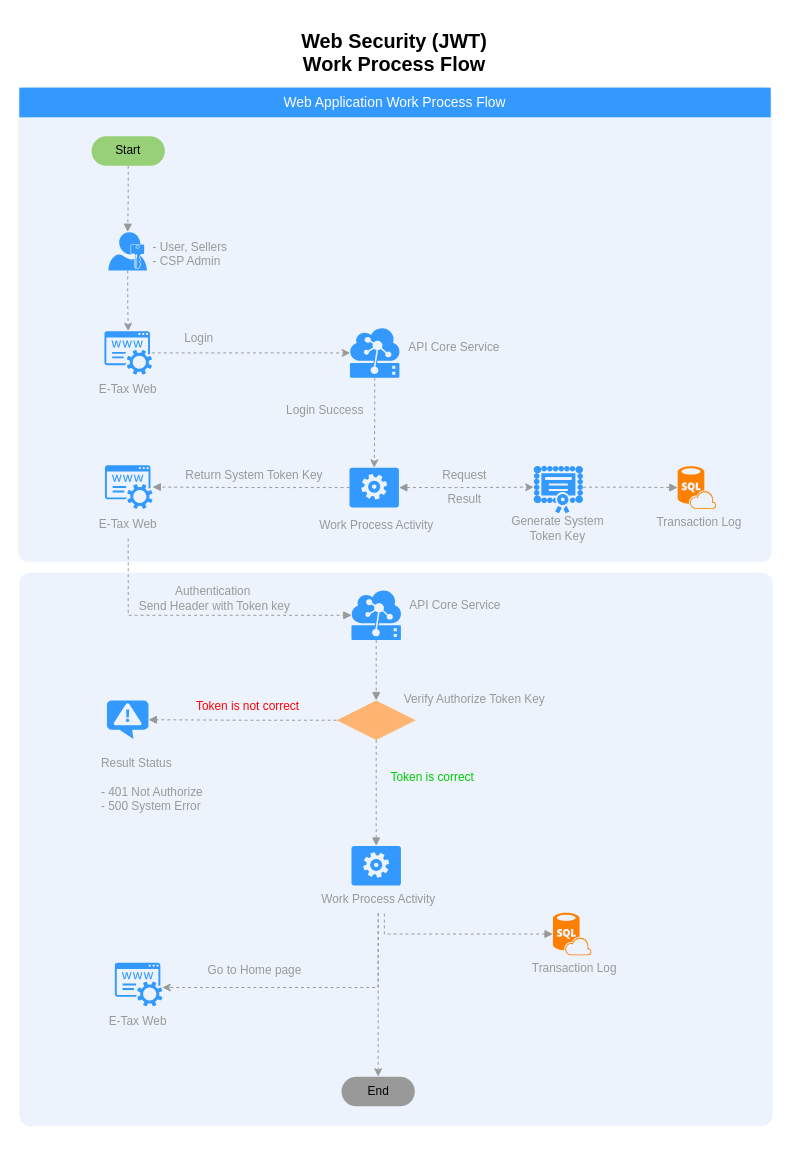
Before: Web Application Security Concept (JWT).drawio in nirawat/eTax, a draw.io diagram. Source tidied: cells renumbered, new cells numbered last; positions are measured from the earlier drawing's top-left corner, leaving out a move shared by most shapes. Both pictures are drawn from the tidied source at 99%, with x=0, y=0 at pixel (18, 27).
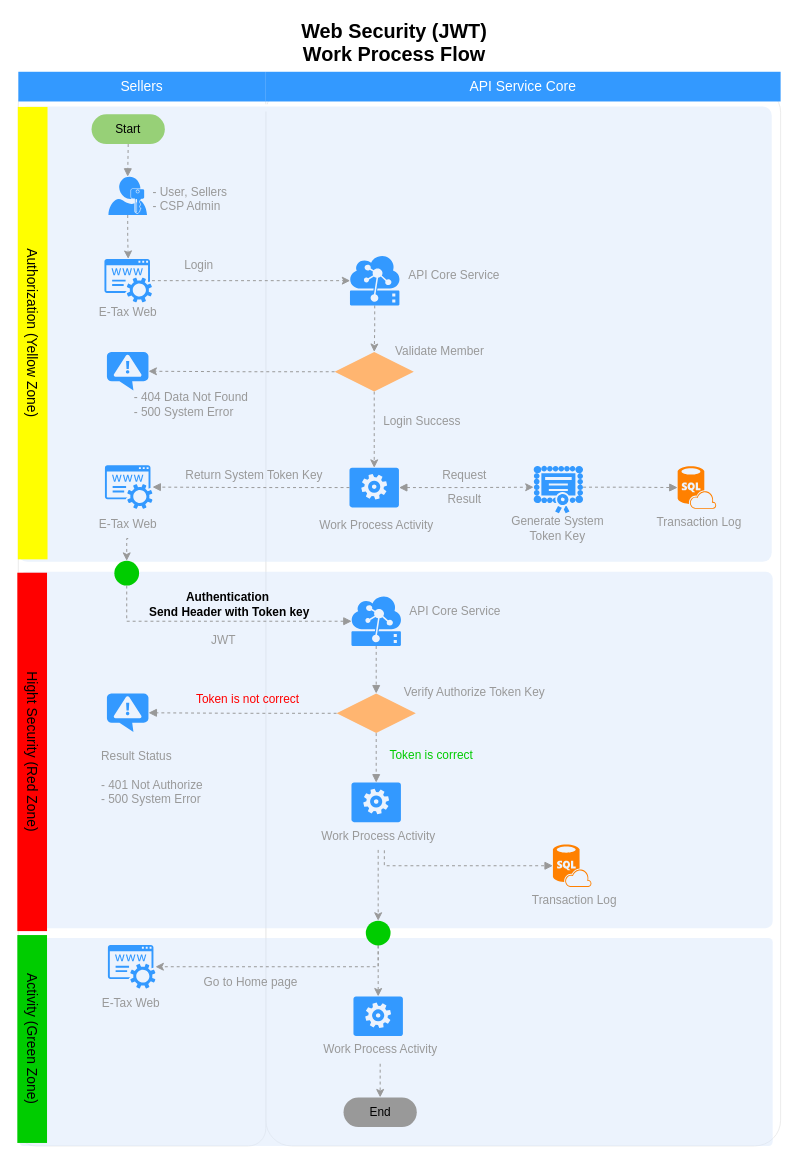
Above is the later version.

Unchanged cells that the change refers to:
```xml
<mxCell id="27" style="verticalLabelPosition=bottom;html=1;verticalAlign=top;align=center;strokeColor=none;fillColor=#3399FF;shape=mxgraph.azure.worker_role;fontSize=12;fontColor=#999999;" parent="26" vertex="1">
  <mxGeometry x="53" width="50" height="40" as="geometry" />
</mxCell>
<mxCell id="39" value="E-Tax Web" style="text;html=1;strokeColor=none;fillColor=none;align=center;verticalAlign=middle;whiteSpace=wrap;rounded=0;fontSize=12;fontColor=#999999;" parent="37" vertex="1">
  <mxGeometry y="44" width="110" height="30" as="geometry" />
</mxCell>
<mxCell id="46" style="verticalLabelPosition=bottom;html=1;verticalAlign=top;align=center;strokeColor=none;fillColor=#FF8000;shape=mxgraph.azure.sql_database_sql_azure;fontSize=12;fontColor=#999999;" parent="44" vertex="1">
  <mxGeometry x="40" y="-54" width="39" height="43" as="geometry" />
</mxCell>
<mxCell id="57" value="Work Process Activity&lt;br&gt;" style="text;html=1;strokeColor=none;fillColor=none;align=center;verticalAlign=middle;whiteSpace=wrap;rounded=0;fontSize=12;fontColor=#999999;" parent="55" vertex="1">
  <mxGeometry y="7" width="160" height="29" as="geometry" />
</mxCell>
<mxCell id="60" style="shadow=0;dashed=0;html=1;strokeColor=none;fillColor=#3399FF;labelPosition=center;verticalLabelPosition=bottom;verticalAlign=top;outlineConnect=0;align=center;shape=mxgraph.office.services.registrar_service;" parent="59" vertex="1">
  <mxGeometry x="31.5" width="48" height="44" as="geometry" />
</mxCell>
```

Change to the diagram source:
```diff
@@
+    <mxCell id="69" style="rounded=1;whiteSpace=wrap;html=1;strokeColor=#E6E6E6;strokeWidth=1;fillColor=#FFFFFF;fontFamily=Helvetica;fontSize=14;fontColor=#FFB366;opacity=75;verticalAlign=top;fontStyle=1;arcSize=5;" parent="1" vertex="1">
+      <mxGeometry x="250" y="60" width="520" height="1070" as="geometry" />
+    </mxCell>
+    <mxCell id="70" style="rounded=1;whiteSpace=wrap;html=1;strokeColor=#E6E6E6;strokeWidth=1;fillColor=#FFFFFF;fontFamily=Helvetica;fontSize=14;fontColor=#FFB366;opacity=75;verticalAlign=top;fontStyle=1;arcSize=7;" parent="1" vertex="1">
+      <mxGeometry y="60" width="250" height="1070" as="geometry" />
+    </mxCell>
+    <mxCell id="71" style="shape=mxgraph.arrows.two_way_arrow_horizontal;html=1;verticalLabelPosition=bottom;verticalAlign=top;strokeWidth=2;strokeColor=none;dashed=1;fillColor=#FFFFFF;fontFamily=Verdana;fontSize=12;fontColor=#00BEF2;" parent="1" vertex="1">
+      <mxGeometry x="215.5" y="74" width="67" height="15" as="geometry" />
+    </mxCell>
+    <mxCell id="72" style="rounded=1;whiteSpace=wrap;html=1;strokeColor=none;strokeWidth=1;fillColor=#dae8fc;fontSize=12;align=center;arcSize=2;opacity=50;" parent="1" vertex="1">
+      <mxGeometry x="1" y="920" width="761" height="210" as="geometry" />
+    </mxCell>
     <mxCell id="2" style="rounded=1;whiteSpace=wrap;html=1;strokeColor=none;strokeWidth=1;fillColor=#dae8fc;fontSize=12;align=center;arcSize=2;opacity=50;" parent="1" vertex="1">
-      <mxGeometry x="1" y="551" width="761" height="559" as="geometry" />
+      <mxGeometry x="1" y="550" width="761" height="360" as="geometry" />
     </mxCell>
     <mxCell id="3" style="rounded=1;whiteSpace=wrap;html=1;strokeColor=none;strokeWidth=1;fillColor=#dae8fc;fontSize=12;align=center;arcSize=2;opacity=50;" parent="1" vertex="1">
-      <mxGeometry y="60" width="761" height="480" as="geometry" />
+      <mxGeometry y="80" width="761" height="460" as="geometry" />
     </mxCell>
-    <mxCell id="4" value="Web Application Work Process Flow" style="whiteSpace=wrap;html=1;dashed=1;strokeColor=none;strokeWidth=2;fillColor=#3399FF;fontFamily=Helvetica;fontSize=14;fontColor=#FFFFFF;fontStyle=0;" parent="1" vertex="1">
-      <mxGeometry x="1" y="61" width="759" height="30" as="geometry" />
-    </mxCell>
     <mxCell id="5" value="Web Security (JWT)&lt;br&gt;Work Process Flow" style="text;html=1;strokeColor=none;fillColor=none;align=center;verticalAlign=middle;whiteSpace=wrap;rounded=0;fontStyle=1;fontSize=20;" parent="1" vertex="1">
-      <mxGeometry x="250" width="260" height="50" as="geometry" />
+      <mxGeometry x="250" y="-10" width="260" height="50" as="geometry" />
     </mxCell>
@@
     <mxCell id="7" style="shadow=0;dashed=0;html=1;strokeColor=none;labelPosition=center;verticalLabelPosition=bottom;verticalAlign=top;align=center;shape=mxgraph.mscae.cloud.iot_edge;fillColor=#3399FF;fontSize=12;fontColor=#999999;" parent="1" vertex="1">
-      <mxGeometry x="336.5" y="569" width="50" height="50" as="geometry" />
+      <mxGeometry x="336.5" y="575" width="50" height="50" as="geometry" />
     </mxCell>
     <mxCell id="8" style="verticalLabelPosition=bottom;html=1;verticalAlign=top;align=center;strokeColor=none;fillColor=#3399FF;shape=mxgraph.azure.notification_topic;fontSize=12;fontColor=#999999;" parent="1" vertex="1">
-      <mxGeometry x="89.5" y="680" width="42" height="39" as="geometry" />
+      <mxGeometry x="89.5" y="673" width="42" height="39" as="geometry" />
     </mxCell>
     <mxCell id="9" value="Result Status&lt;br&gt;&lt;br&gt;- 401 Not Authorize&lt;br&gt;- 500 System Error&lt;br&gt;" style="text;html=1;strokeColor=none;fillColor=none;align=left;verticalAlign=middle;whiteSpace=wrap;rounded=0;fontSize=12;fontColor=#999999;" parent="1" vertex="1">
-      <mxGeometry x="82" y="726" width="143" height="77" as="geometry" />
+      <mxGeometry x="82" y="719" width="143" height="77" as="geometry" />
     </mxCell>
@@
     <mxCell id="11" value="Login" style="text;html=1;strokeColor=none;fillColor=none;align=left;verticalAlign=middle;whiteSpace=wrap;rounded=0;fontSize=12;fontColor=#999999;" parent="1" vertex="1">
-      <mxGeometry x="165.5" y="304" width="59" height="20" as="geometry" />
+      <mxGeometry x="165.5" y="231" width="59" height="20" as="geometry" />
     </mxCell>
@@
-    <mxCell id="17" style="edgeStyle=orthogonalEdgeStyle;rounded=0;jettySize=auto;html=1;exitX=0.5;exitY=1;exitDx=0;exitDy=0;exitPerimeter=0;entryX=0.5;entryY=0;entryDx=0;entryDy=0;entryPerimeter=0;dashed=1;strokeColor=#999999;" parent="1" edge="1" source="18" target="27">
+    <mxCell id="17" style="edgeStyle=orthogonalEdgeStyle;rounded=0;jettySize=auto;html=1;exitX=0.5;exitY=1;exitDx=0;exitDy=0;exitPerimeter=0;entryX=0.5;entryY=0;entryDx=0;entryDy=0;dashed=1;strokeColor=#999999;" parent="1" edge="1" source="18" target="77">
       <mxGeometry relative="1" as="geometry" />
     </mxCell>
     <mxCell id="18" style="shadow=0;dashed=0;html=1;strokeColor=none;labelPosition=center;verticalLabelPosition=bottom;verticalAlign=top;align=center;shape=mxgraph.mscae.cloud.iot_edge;fillColor=#3399FF;fontSize=12;fontColor=#999999;" parent="1" vertex="1">
-      <mxGeometry x="335" y="304" width="50" height="50" as="geometry" />
+      <mxGeometry x="335" y="231" width="50" height="50" as="geometry" />
     </mxCell>
     <mxCell id="19" value="API Core Service" style="text;html=1;strokeColor=none;fillColor=none;align=center;verticalAlign=middle;whiteSpace=wrap;rounded=0;fontSize=12;fontColor=#999999;" parent="1" vertex="1">
-      <mxGeometry x="390" y="309.5" width="101" height="29" as="geometry" />
+      <mxGeometry x="390" y="236.5" width="101" height="29" as="geometry" />
     </mxCell>
     <mxCell id="20" style="group;" parent="1" vertex="1">
-      <mxGeometry x="91" y="207" width="162.5" height="50" as="geometry" />
+      <mxGeometry x="91" y="151" width="162.5" height="50" as="geometry" />
     </mxCell>
@@
-    <mxCell id="23" style="group;" parent="1" vertex="1">
-      <mxGeometry x="55.5" y="307" width="110" height="74" as="geometry" />
-    </mxCell>
-    <mxCell id="24" style="shadow=0;dashed=0;html=1;strokeColor=none;fillColor=#3399FF;labelPosition=center;verticalLabelPosition=bottom;verticalAlign=top;outlineConnect=0;align=center;shape=mxgraph.office.services.registrar_service;" parent="23" vertex="1">
-      <mxGeometry x="31.5" width="48" height="44" as="geometry" />
-    </mxCell>
-    <mxCell id="25" value="E-Tax Web" style="text;html=1;strokeColor=none;fillColor=none;align=center;verticalAlign=middle;whiteSpace=wrap;rounded=0;fontSize=12;fontColor=#999999;" parent="23" vertex="1">
-      <mxGeometry y="44" width="110" height="30" as="geometry" />
-    </mxCell>
@@
-    <mxCell id="41" style="edgeStyle=orthogonalEdgeStyle;rounded=0;jettySize=auto;html=1;exitX=0.5;exitY=1;exitDx=0;exitDy=0;entryX=0.005;entryY=0.5;entryDx=0;entryDy=0;dashed=1;startArrow=none;startFill=0;endArrow=block;endFill=1;strokeColor=#999999;entryPerimeter=0;" parent="1" edge="1" source="39" target="7">
+    <mxCell id="41" style="edgeStyle=orthogonalEdgeStyle;rounded=0;jettySize=auto;html=1;exitX=0.5;exitY=1;exitDx=0;exitDy=0;entryX=0.005;entryY=0.5;entryDx=0;entryDy=0;dashed=1;startArrow=none;startFill=0;endArrow=block;endFill=1;strokeColor=#999999;entryPerimeter=0;" parent="1" edge="1" source="81" target="7">
       <mxGeometry relative="1" as="geometry" />
     </mxCell>
@@
     <mxCell id="43" style="group;" parent="1" vertex="1">
-      <mxGeometry x="500" y="948.5" width="108" height="79" as="geometry" />
+      <mxGeometry x="500" y="879.5" width="108" height="79" as="geometry" />
     </mxCell>
@@
     <mxCell id="49" style="rhombus;whiteSpace=wrap;html=1;strokeColor=none;strokeWidth=1;fillColor=#FFB570;fontSize=12;fontColor=#999999;align=left;" parent="1" vertex="1">
-      <mxGeometry x="321.5" y="680" width="80" height="40" as="geometry" />
+      <mxGeometry x="321.5" y="673" width="80" height="40" as="geometry" />
     </mxCell>
-    <mxCell id="50" value="Authentication&amp;nbsp;&lt;br&gt;Send Header with Token key&lt;br&gt;" style="text;html=1;strokeColor=none;fillColor=none;align=center;verticalAlign=middle;whiteSpace=wrap;rounded=0;fontSize=12;fontColor=#999999;" parent="1" vertex="1">
-      <mxGeometry x="117" y="560" width="163" height="34" as="geometry" />
+    <mxCell id="50" value="Authentication&amp;nbsp;&lt;br&gt;Send Header with Token key&lt;br&gt;" style="text;html=1;strokeColor=none;fillColor=none;align=center;verticalAlign=middle;whiteSpace=wrap;rounded=0;fontSize=12;fontColor=#000000;fontStyle=1;" parent="1" vertex="1">
+      <mxGeometry x="117" y="566" width="193" height="34" as="geometry" />
     </mxCell>
     <mxCell id="51" value="API Core Service" style="text;html=1;strokeColor=none;fillColor=none;align=center;verticalAlign=middle;whiteSpace=wrap;rounded=0;fontSize=12;fontColor=#999999;" parent="1" vertex="1">
-      <mxGeometry x="391" y="569.5" width="101" height="29" as="geometry" />
+      <mxGeometry x="391" y="575.5" width="101" height="29" as="geometry" />
     </mxCell>
     <mxCell id="52" value="Token is correct" style="text;html=1;strokeColor=none;fillColor=none;align=center;verticalAlign=middle;whiteSpace=wrap;rounded=0;fontSize=12;fontColor=#00CC00;" parent="1" vertex="1">
-      <mxGeometry x="367.5" y="743" width="101" height="29" as="geometry" />
+      <mxGeometry x="367" y="721.5" width="101" height="29" as="geometry" />
     </mxCell>
     <mxCell id="53" value="Verify Authorize Token Key" style="text;html=1;strokeColor=none;fillColor=none;align=center;verticalAlign=middle;whiteSpace=wrap;rounded=0;fontSize=12;fontColor=#999999;" parent="1" vertex="1">
-      <mxGeometry x="381" y="664" width="160" height="29" as="geometry" />
+      <mxGeometry x="381" y="657" width="160" height="29" as="geometry" />
     </mxCell>
     <mxCell id="54" value="Token is not correct" style="text;html=1;strokeColor=none;fillColor=none;align=center;verticalAlign=middle;whiteSpace=wrap;rounded=0;fontSize=12;fontColor=#FF0000;" parent="1" vertex="1">
-      <mxGeometry x="170" y="671" width="124" height="29" as="geometry" />
+      <mxGeometry x="170" y="664" width="124" height="29" as="geometry" />
     </mxCell>
     <mxCell id="55" style="group;" parent="1" vertex="1">
-      <mxGeometry x="283.5" y="859" width="160" height="72" as="geometry" />
+      <mxGeometry x="283.5" y="795" width="160" height="72" as="geometry" />
     </mxCell>
@@
     <mxCell id="58" style="edgeStyle=orthogonalEdgeStyle;rounded=0;jettySize=auto;html=1;exitX=0.539;exitY=1.013;exitDx=0;exitDy=0;entryX=0;entryY=0.5;entryDx=0;entryDy=0;entryPerimeter=0;dashed=1;startArrow=none;startFill=0;endArrow=block;endFill=1;strokeColor=#999999;exitPerimeter=0;" parent="1" edge="1" source="57" target="46">
       <mxGeometry relative="1" as="geometry">
         <Array as="points">
-          <mxPoint x="370" y="916" />
+          <mxPoint x="370" y="847" />
         </Array>
       </mxGeometry>
     </mxCell>
     <mxCell id="59" style="group;" parent="1" vertex="1">
-      <mxGeometry x="66" y="945" width="110" height="74" as="geometry" />
+      <mxGeometry x="59" y="927" width="110" height="74" as="geometry" />
     </mxCell>
@@
     <mxCell id="62" value="Go to Home page" style="text;html=1;strokeColor=none;fillColor=none;align=center;verticalAlign=middle;whiteSpace=wrap;rounded=0;fontSize=12;fontColor=#999999;" parent="1" vertex="1">
-      <mxGeometry x="176.5" y="938" width="124" height="29" as="geometry" />
+      <mxGeometry x="172.5" y="950" width="124" height="29" as="geometry" />
     </mxCell>
     <mxCell id="63" value="End" style="rounded=1;whiteSpace=wrap;html=1;fontColor=#000000;align=center;arcSize=50;labelBackgroundColor=none;fillColor=#999999;strokeColor=none;" parent="1" vertex="1">
-      <mxGeometry x="326.5" y="1060" width="74" height="30" as="geometry" />
+      <mxGeometry x="328.5" y="1081" width="74" height="30" as="geometry" />
     </mxCell>
@@
     <mxCell id="65" value="Start" style="rounded=1;whiteSpace=wrap;html=1;fontColor=#000000;align=center;arcSize=50;labelBackgroundColor=none;fillColor=#97D077;strokeColor=none;" parent="1" vertex="1">
-      <mxGeometry x="74" y="110" width="74" height="30" as="geometry" />
+      <mxGeometry x="74" y="88" width="74" height="30" as="geometry" />
     </mxCell>
-    <mxCell id="66" value="Login Success&lt;br&gt;" style="text;html=1;strokeColor=none;fillColor=none;align=right;verticalAlign=middle;whiteSpace=wrap;rounded=0;fontSize=12;fontColor=#999999;" parent="1" vertex="1">
-      <mxGeometry x="249" y="370" width="102" height="34" as="geometry" />
+    <mxCell id="66" value="Login Success&lt;br&gt;" style="text;html=1;strokeColor=none;fillColor=none;align=left;verticalAlign=middle;whiteSpace=wrap;rounded=0;fontSize=12;fontColor=#999999;" parent="1" vertex="1">
+      <mxGeometry x="367" y="381" width="102" height="34" as="geometry" />
     </mxCell>
-    <mxCell id="67" style="edgeStyle=orthogonalEdgeStyle;rounded=0;jettySize=auto;html=1;exitX=0.5;exitY=1;exitDx=0;exitDy=0;strokeColor=#999999;dashed=1;" parent="1" edge="1" source="57" target="60">
+    <mxCell id="67" style="edgeStyle=orthogonalEdgeStyle;rounded=0;jettySize=auto;html=1;exitX=0.5;exitY=1;exitDx=0;exitDy=0;strokeColor=#999999;dashed=1;" parent="1" edge="1" source="89" target="60">
       <mxGeometry relative="1" as="geometry">
         <Array as="points">
-          <mxPoint x="364" y="970" />
+          <mxPoint x="364" y="949" />
         </Array>
       </mxGeometry>
     </mxCell>
-    <mxCell id="68" style="edgeStyle=orthogonalEdgeStyle;rounded=0;jettySize=auto;html=1;exitX=0.5;exitY=1;exitDx=0;exitDy=0;entryX=0.5;entryY=0;entryDx=0;entryDy=0;dashed=1;strokeColor=#999999;" parent="1" edge="1" source="57" target="63">
+    <mxCell id="68" style="edgeStyle=orthogonalEdgeStyle;rounded=0;orthogonalLoop=1;jettySize=auto;html=1;exitX=0.5;exitY=1;exitDx=0;exitDy=0;entryX=0.5;entryY=0;entryDx=0;entryDy=0;dashed=1;strokeColor=#999999;" parent="1" edge="1" source="89" target="89">
       <mxGeometry relative="1" as="geometry" />
     </mxCell>
+    <mxCell id="73" value="Hight Security (Red Zone)" style="whiteSpace=wrap;html=1;dashed=1;strokeColor=none;strokeWidth=2;fillColor=#FF0000;fontFamily=Helvetica;fontSize=14;fontColor=#000000;fontStyle=0;rotation=90;" parent="1" vertex="1">
+      <mxGeometry x="-167" y="717" width="362" height="30" as="geometry" />
+    </mxCell>
+    <mxCell id="74" style="group;" parent="1" vertex="1">
+      <mxGeometry x="55.5" y="234" width="110" height="69" as="geometry" />
+    </mxCell>
+    <mxCell id="24" style="shadow=0;dashed=0;html=1;strokeColor=none;fillColor=#3399FF;labelPosition=center;verticalLabelPosition=bottom;verticalAlign=top;outlineConnect=0;align=center;shape=mxgraph.office.services.registrar_service;" parent="74" vertex="1">
+      <mxGeometry x="31.5" width="48" height="44" as="geometry" />
+    </mxCell>
+    <mxCell id="25" value="E-Tax Web" style="text;html=1;strokeColor=none;fillColor=none;align=center;verticalAlign=middle;whiteSpace=wrap;rounded=0;fontSize=12;fontColor=#999999;" parent="74" vertex="1">
+      <mxGeometry y="39" width="110" height="30" as="geometry" />
+    </mxCell>
+    <mxCell id="75" style="edgeStyle=orthogonalEdgeStyle;rounded=0;jettySize=auto;html=1;exitX=0.5;exitY=1;exitDx=0;exitDy=0;entryX=0.5;entryY=0;entryDx=0;entryDy=0;entryPerimeter=0;dashed=1;strokeColor=#999999;fontColor=#00CC00;" parent="1" edge="1" source="77" target="27">
+      <mxGeometry relative="1" as="geometry" />
+    </mxCell>
+    <mxCell id="76" style="edgeStyle=orthogonalEdgeStyle;rounded=0;jettySize=auto;html=1;exitX=0;exitY=0.5;exitDx=0;exitDy=0;entryX=1;entryY=0.5;entryDx=0;entryDy=0;entryPerimeter=0;dashed=1;strokeColor=#999999;fontColor=#00CC00;" parent="1" edge="1" source="77" target="78">
+      <mxGeometry relative="1" as="geometry" />
+    </mxCell>
+    <mxCell id="77" style="rhombus;whiteSpace=wrap;html=1;strokeColor=none;strokeWidth=1;fillColor=#FFB570;fontSize=12;fontColor=#999999;align=left;" parent="1" vertex="1">
+      <mxGeometry x="319.5" y="328" width="80" height="40" as="geometry" />
+    </mxCell>
+    <mxCell id="78" style="verticalLabelPosition=bottom;html=1;verticalAlign=top;align=center;strokeColor=none;fillColor=#3399FF;shape=mxgraph.azure.notification_topic;fontSize=12;fontColor=#999999;" parent="1" vertex="1">
+      <mxGeometry x="89.5" y="328" width="42" height="39" as="geometry" />
+    </mxCell>
+    <mxCell id="79" value="- 404 Data Not Found&lt;br&gt;- 500 System Error&lt;br&gt;" style="text;html=1;strokeColor=none;fillColor=none;align=left;verticalAlign=middle;whiteSpace=wrap;rounded=0;fontSize=12;fontColor=#999999;" parent="1" vertex="1">
+      <mxGeometry x="115" y="363" width="143" height="35" as="geometry" />
+    </mxCell>
+    <mxCell id="80" value="Validate Member&lt;br&gt;" style="text;html=1;strokeColor=none;fillColor=none;align=left;verticalAlign=middle;whiteSpace=wrap;rounded=0;fontSize=12;fontColor=#999999;" parent="1" vertex="1">
+      <mxGeometry x="379" y="311" width="102" height="34" as="geometry" />
+    </mxCell>
+    <mxCell id="81" style="ellipse;whiteSpace=wrap;html=1;fillColor=#00CC00;fontColor=#000000;align=center;strokeColor=none;" parent="1" vertex="1">
+      <mxGeometry x="97" y="539" width="25" height="25" as="geometry" />
+    </mxCell>
+    <mxCell id="82" style="edgeStyle=orthogonalEdgeStyle;rounded=0;jettySize=auto;html=1;exitX=0.5;exitY=1;exitDx=0;exitDy=0;entryX=0.5;entryY=0;entryDx=0;entryDy=0;dashed=1;strokeColor=#999999;fontColor=#000000;" parent="1" edge="1" source="39" target="81">
+      <mxGeometry relative="1" as="geometry" />
+    </mxCell>
+    <mxCell id="83" value="Activity (Green Zone)" style="whiteSpace=wrap;html=1;dashed=1;strokeColor=none;strokeWidth=2;fillColor=#00CC00;fontFamily=Helvetica;fontSize=14;fontColor=#000000;fontStyle=0;rotation=90;" parent="1" vertex="1">
+      <mxGeometry x="-91" y="1007" width="210" height="30" as="geometry" />
+    </mxCell>
+    <mxCell id="84" style="group;" parent="1" vertex="1">
+      <mxGeometry x="285.5" y="979" width="160" height="68" as="geometry" />
+    </mxCell>
+    <mxCell id="85" style="verticalLabelPosition=bottom;html=1;verticalAlign=top;align=center;strokeColor=none;fillColor=#3399FF;shape=mxgraph.azure.worker_role;fontSize=12;fontColor=#999999;" parent="84" vertex="1">
+      <mxGeometry x="53" width="50" height="40" as="geometry" />
+    </mxCell>
+    <mxCell id="86" value="Work Process Activity&lt;br&gt;" style="text;html=1;strokeColor=none;fillColor=none;align=center;verticalAlign=middle;whiteSpace=wrap;rounded=0;fontSize=12;fontColor=#999999;" parent="84" vertex="1">
+      <mxGeometry y="39" width="160" height="29" as="geometry" />
+    </mxCell>
+    <mxCell id="87" style="edgeStyle=orthogonalEdgeStyle;rounded=0;jettySize=auto;html=1;exitX=0.5;exitY=1;exitDx=0;exitDy=0;entryX=0.5;entryY=0;entryDx=0;entryDy=0;strokeColor=#999999;dashed=1;" parent="1" edge="1" source="86" target="63">
+      <mxGeometry relative="1" as="geometry" />
+    </mxCell>
+    <mxCell id="88" style="edgeStyle=orthogonalEdgeStyle;rounded=0;jettySize=auto;html=1;exitX=0.5;exitY=1;exitDx=0;exitDy=0;entryX=0.5;entryY=0;entryDx=0;entryDy=0;entryPerimeter=0;dashed=1;strokeColor=#999999;" parent="1" edge="1" source="89" target="85">
+      <mxGeometry relative="1" as="geometry" />
+    </mxCell>
+    <mxCell id="89" style="ellipse;whiteSpace=wrap;html=1;fillColor=#00CC00;fontColor=#000000;align=center;strokeColor=none;" parent="1" vertex="1">
+      <mxGeometry x="351" y="902.5" width="25" height="25" as="geometry" />
+    </mxCell>
+    <mxCell id="90" style="edgeStyle=orthogonalEdgeStyle;rounded=0;jettySize=auto;html=1;exitX=0.5;exitY=1;exitDx=0;exitDy=0;entryX=0.5;entryY=0;entryDx=0;entryDy=0;dashed=1;strokeColor=#999999;entryPerimeter=0;" parent="1" edge="1" source="57" target="89">
+      <mxGeometry relative="1" as="geometry" />
+    </mxCell>
+    <mxCell id="91" value="Sellers" style="whiteSpace=wrap;html=1;dashed=1;strokeColor=none;strokeWidth=2;fillColor=#3399FF;fontFamily=Helvetica;fontSize=14;fontColor=#FFFFFF;fontStyle=0;" parent="1" vertex="1">
+      <mxGeometry y="45" width="250" height="30" as="geometry" />
+    </mxCell>
+    <mxCell id="92" value="API Service Core" style="whiteSpace=wrap;html=1;dashed=1;strokeColor=none;strokeWidth=2;fillColor=#3399FF;fontFamily=Helvetica;fontSize=14;fontColor=#FFFFFF;fontStyle=0;" parent="1" vertex="1">
+      <mxGeometry x="250" y="45" width="520" height="30" as="geometry" />
+    </mxCell>
+    <mxCell id="93" value="Authorization (Yellow Zone)" style="whiteSpace=wrap;html=1;dashed=1;strokeColor=none;strokeWidth=2;fillColor=#FFFF00;fontFamily=Helvetica;fontSize=14;fontColor=#000000;fontStyle=0;rotation=90;" parent="1" vertex="1">
+      <mxGeometry x="-214" y="294" width="457" height="30" as="geometry" />
+    </mxCell>
+    <mxCell id="94" value="JWT" style="text;html=1;strokeColor=none;fillColor=none;align=center;verticalAlign=middle;whiteSpace=wrap;rounded=0;fontSize=12;fontColor=#999999;" parent="1" vertex="1">
+      <mxGeometry x="157" y="604.5" width="101" height="29" as="geometry" />
+    </mxCell>
```
